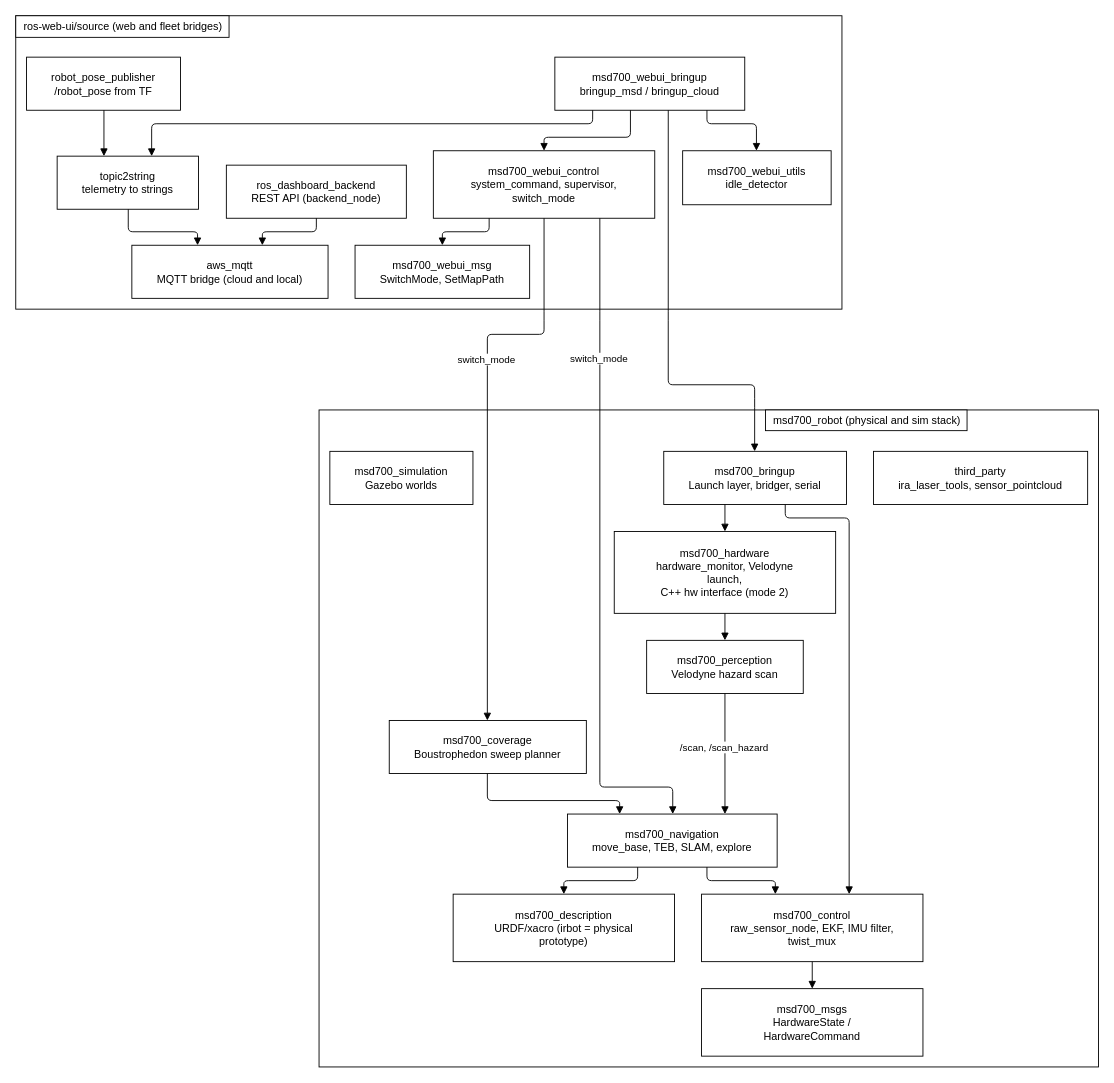
itbdelaboprogramming/msd700_documentation keeps this draw.io diagram as docs/development/ros/diagrams/ros-packages-workspace-package-layout.drawio. Above is the earlier version. Source tidied: cells renumbered, new cells numbered last; positions are measured from the earlier drawing's top-left corner, leaving out a move shared by most shapes. Both pictures are drawn from the tidied source at 90%, with x=0, y=0 at pixel (15, 15).
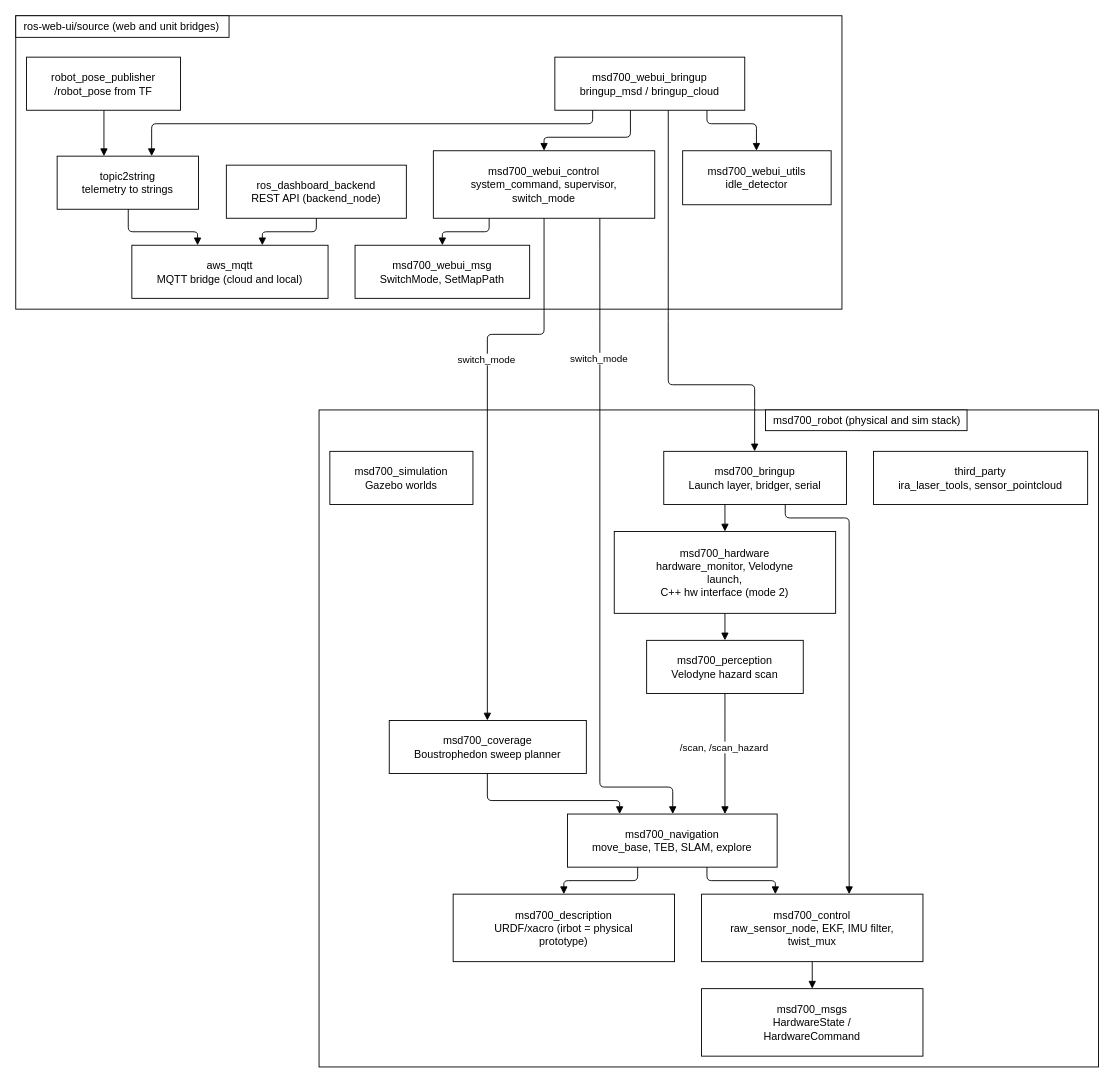
After the change.

Unchanged cells that the change refers to:
```xml
<mxCell id="3" style="rounded=0;html=1;whiteSpace=wrap;fillColor=#ffffff;strokeColor=#000000;" parent="1" vertex="1">
  <mxGeometry width="918" height="326" as="geometry" />
</mxCell>
```

Diff of the diagram source:
```diff
@@
-    <mxCell id="40" value="ros-web-ui/source (web and fleet bridges)" style="rounded=0;html=1;whiteSpace=wrap;fillColor=#ffffff;strokeColor=#000000;align=left;verticalAlign=middle;spacingLeft=7;spacingRight=1;spacingTop=0;spacingBottom=0;fontFamily=Helvetica;fontSize=12;fontColor=#000000;" parent="3" vertex="1">
+    <mxCell id="40" value="ros-web-ui/source (web and unit bridges)" style="rounded=0;html=1;whiteSpace=wrap;fillColor=#ffffff;strokeColor=#000000;align=left;verticalAlign=middle;spacingLeft=7;spacingRight=1;spacingTop=0;spacingBottom=0;fontFamily=Helvetica;fontSize=12;fontColor=#000000;" parent="3" vertex="1">
       <mxGeometry width="237" height="24" as="geometry" />
     </mxCell>
```
